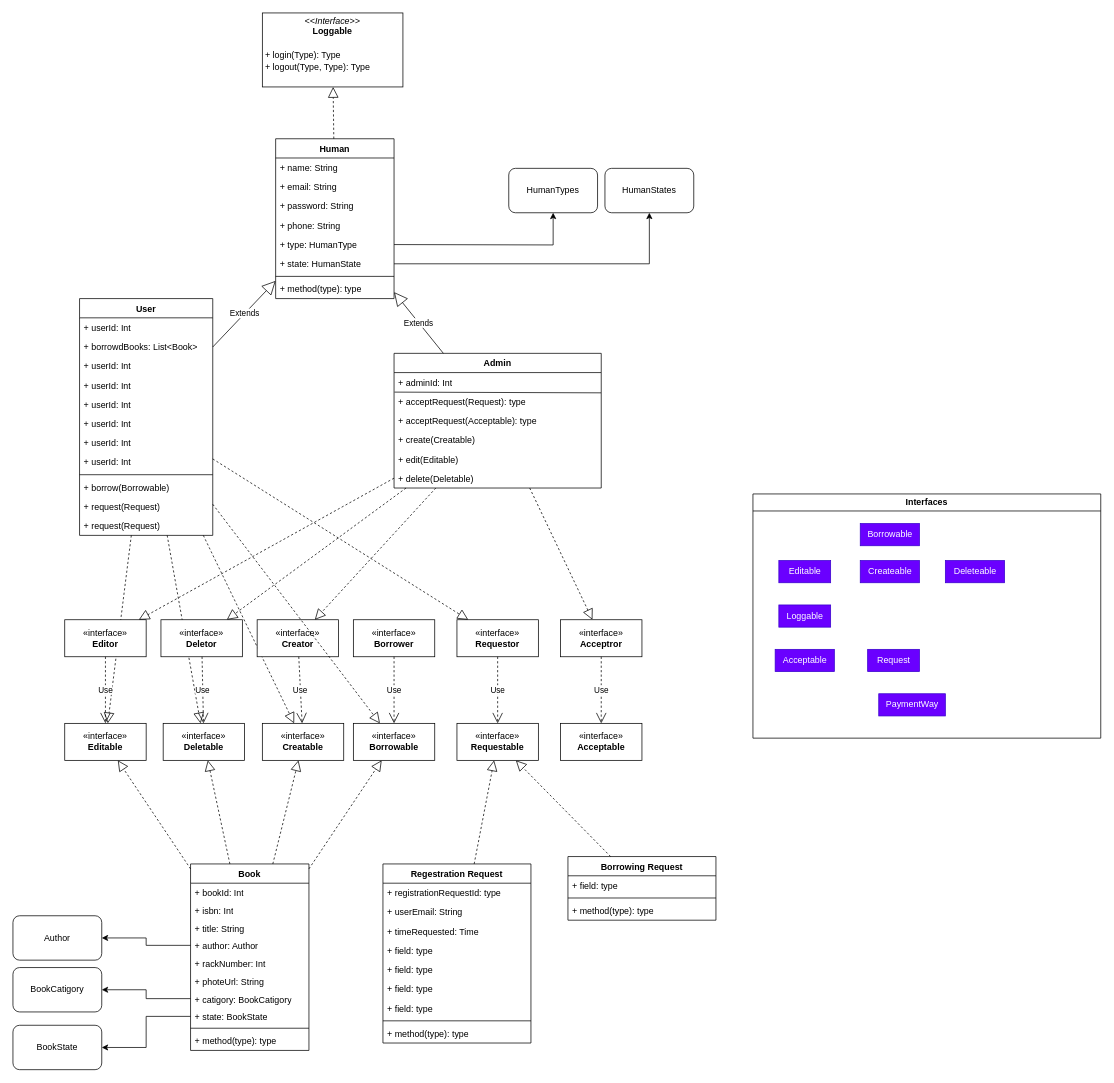
Boodyahmedhamdy/LSP keeps this draw.io diagram as design/class/classDiagram.drawio. Above is the earlier version. Source tidied: cells renumbered, new cells numbered last; positions are measured from the earlier drawing's top-left corner, leaving out a move shared by most shapes. Both pictures are drawn from the tidied source at 74%, with x=0, y=0 at pixel (13, 13).
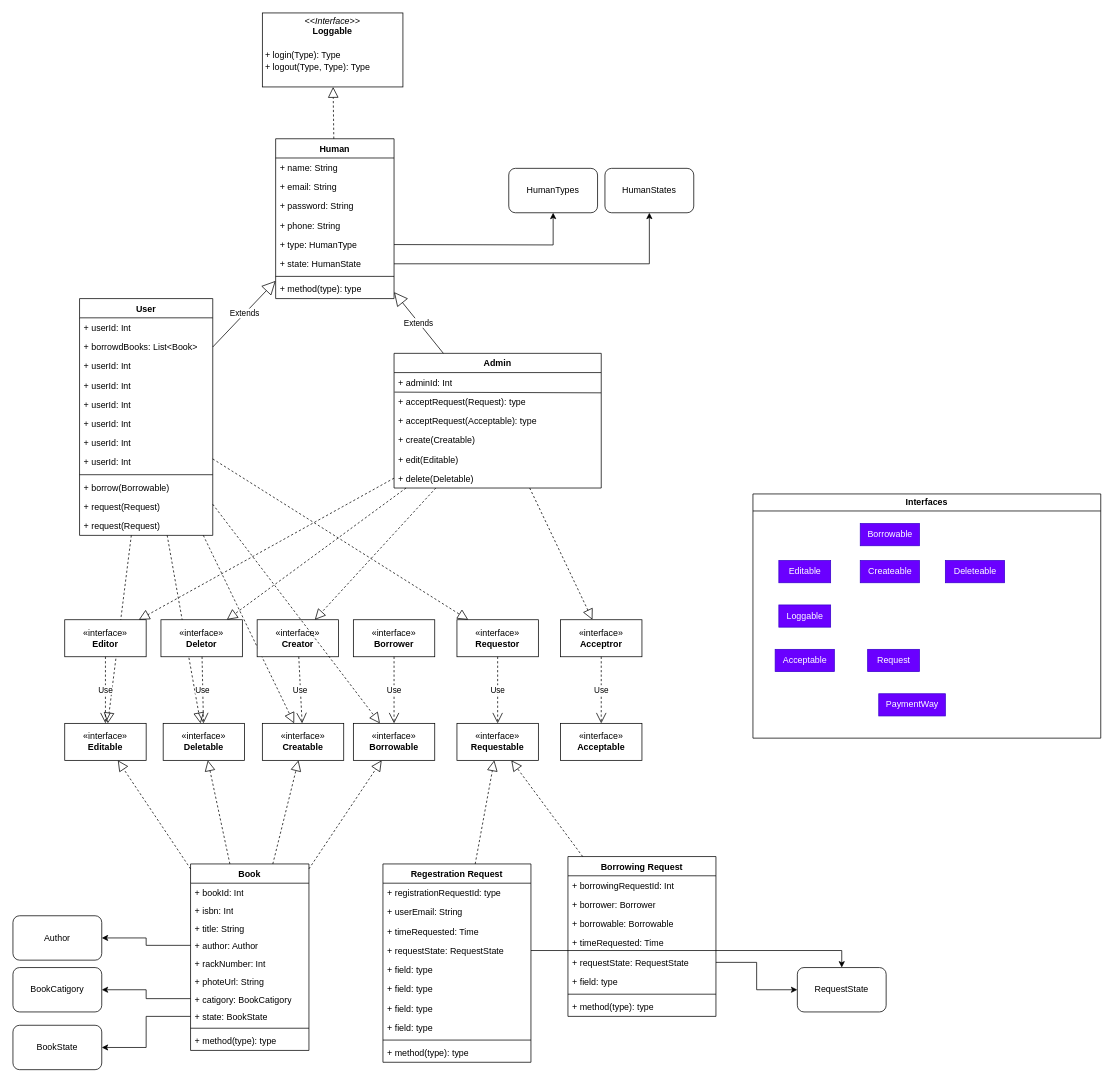
After the change.

The edit, as a diff of the source:
```diff
@@
     <mxCell id="45" value="Regestration Request" style="swimlane;fontStyle=1;align=center;verticalAlign=top;horizontal=1;startSize=26;whiteSpace=wrap;html=1;" parent="1" vertex="1">
-      <mxGeometry x="500" y="1150" width="200" height="242" as="geometry" />
+      <mxGeometry x="500" y="1150" width="200" height="268" as="geometry" />
     </mxCell>
@@
+    <mxCell id="113" value="+ requestState: RequestState" style="text;strokeColor=none;fillColor=none;align=left;verticalAlign=top;spacingLeft=4;spacingRight=4;overflow=hidden;points=[[0,0.5],[1,0.5]];portConstraint=eastwest;whiteSpace=wrap;html=1;" parent="45" vertex="1">
+      <mxGeometry y="104" width="200" height="26" as="geometry" />
+    </mxCell>
     <mxCell id="49" value="+ field: type" style="text;strokeColor=none;fillColor=none;align=left;verticalAlign=top;spacingLeft=4;spacingRight=4;overflow=hidden;whiteSpace=wrap;html=1;" parent="45" vertex="1">
-      <mxGeometry y="104" width="200" height="26" as="geometry" />
+      <mxGeometry y="130" width="200" height="26" as="geometry" />
     </mxCell>
     <mxCell id="50" value="+ field: type" style="text;strokeColor=none;fillColor=none;align=left;verticalAlign=top;spacingLeft=4;spacingRight=4;overflow=hidden;whiteSpace=wrap;html=1;" parent="45" vertex="1">
-      <mxGeometry y="130" width="200" height="26" as="geometry" />
+      <mxGeometry y="156" width="200" height="26" as="geometry" />
     </mxCell>
     <mxCell id="51" value="+ field: type" style="text;strokeColor=none;fillColor=none;align=left;verticalAlign=top;spacingLeft=4;spacingRight=4;overflow=hidden;whiteSpace=wrap;html=1;" parent="45" vertex="1">
-      <mxGeometry y="156" width="200" height="26" as="geometry" />
+      <mxGeometry y="182" width="200" height="26" as="geometry" />
     </mxCell>
     <mxCell id="52" value="+ field: type" style="text;strokeColor=none;fillColor=none;align=left;verticalAlign=top;spacingLeft=4;spacingRight=4;overflow=hidden;whiteSpace=wrap;html=1;" parent="45" vertex="1">
-      <mxGeometry y="182" width="200" height="26" as="geometry" />
+      <mxGeometry y="208" width="200" height="26" as="geometry" />
     </mxCell>
     <mxCell id="53" style="line;strokeWidth=1;fillColor=none;align=left;verticalAlign=middle;spacingTop=-1;spacingLeft=3;spacingRight=3;labelPosition=right;strokeColor=inherit;" parent="45" vertex="1">
-      <mxGeometry y="208" width="200" height="8" as="geometry" />
+      <mxGeometry y="234" width="200" height="8" as="geometry" />
     </mxCell>
     <mxCell id="54" value="+ method(type): type" style="text;strokeColor=none;fillColor=none;align=left;verticalAlign=top;spacingLeft=4;spacingRight=4;overflow=hidden;whiteSpace=wrap;html=1;" parent="45" vertex="1">
-      <mxGeometry y="216" width="200" height="26" as="geometry" />
+      <mxGeometry y="242" width="200" height="26" as="geometry" />
     </mxCell>
     <mxCell id="55" value="Borrowing Request" style="swimlane;fontStyle=1;align=center;verticalAlign=top;horizontal=1;startSize=26;whiteSpace=wrap;html=1;" parent="1" vertex="1">
-      <mxGeometry x="750" y="1140" width="200" height="86" as="geometry" />
+      <mxGeometry x="750" y="1140" width="200" height="216" as="geometry" />
     </mxCell>
-    <mxCell id="56" value="+ field: type" style="text;strokeColor=none;fillColor=none;align=left;verticalAlign=top;spacingLeft=4;spacingRight=4;overflow=hidden;whiteSpace=wrap;html=1;" parent="55" vertex="1">
+    <mxCell id="56" value="+ borrowingRequestId: Int" style="text;strokeColor=none;fillColor=none;align=left;verticalAlign=top;spacingLeft=4;spacingRight=4;overflow=hidden;whiteSpace=wrap;html=1;" parent="55" vertex="1">
       <mxGeometry y="26" width="200" height="26" as="geometry" />
     </mxCell>
+    <mxCell id="114" value="+ borrower: Borrower" style="text;strokeColor=none;fillColor=none;align=left;verticalAlign=top;spacingLeft=4;spacingRight=4;overflow=hidden;whiteSpace=wrap;html=1;" parent="55" vertex="1">
+      <mxGeometry y="52" width="200" height="26" as="geometry" />
+    </mxCell>
+    <mxCell id="115" value="+ borrowable: Borrowable" style="text;strokeColor=none;fillColor=none;align=left;verticalAlign=top;spacingLeft=4;spacingRight=4;overflow=hidden;whiteSpace=wrap;html=1;" parent="55" vertex="1">
+      <mxGeometry y="78" width="200" height="26" as="geometry" />
+    </mxCell>
+    <mxCell id="116" value="+ timeRequested: Time" style="text;strokeColor=none;fillColor=none;align=left;verticalAlign=top;spacingLeft=4;spacingRight=4;overflow=hidden;whiteSpace=wrap;html=1;" parent="55" vertex="1">
+      <mxGeometry y="104" width="200" height="26" as="geometry" />
+    </mxCell>
+    <mxCell id="117" value="+ requestState: RequestState" style="text;strokeColor=none;fillColor=none;align=left;verticalAlign=top;spacingLeft=4;spacingRight=4;overflow=hidden;points=[[0,0.5],[1,0.5]];portConstraint=eastwest;whiteSpace=wrap;html=1;" parent="55" vertex="1">
+      <mxGeometry y="130" width="200" height="26" as="geometry" />
+    </mxCell>
+    <mxCell id="118" value="+ field: type" style="text;strokeColor=none;fillColor=none;align=left;verticalAlign=top;spacingLeft=4;spacingRight=4;overflow=hidden;whiteSpace=wrap;html=1;" parent="55" vertex="1">
+      <mxGeometry y="156" width="200" height="26" as="geometry" />
+    </mxCell>
     <mxCell id="57" style="line;strokeWidth=1;fillColor=none;align=left;verticalAlign=middle;spacingTop=-1;spacingLeft=3;spacingRight=3;labelPosition=right;strokeColor=inherit;" parent="55" vertex="1">
-      <mxGeometry y="52" width="200" height="8" as="geometry" />
+      <mxGeometry y="182" width="200" height="8" as="geometry" />
     </mxCell>
     <mxCell id="58" value="+ method(type): type" style="text;strokeColor=none;fillColor=none;align=left;verticalAlign=top;spacingLeft=4;spacingRight=4;overflow=hidden;whiteSpace=wrap;html=1;" parent="55" vertex="1">
-      <mxGeometry y="60" width="200" height="26" as="geometry" />
+      <mxGeometry y="190" width="200" height="26" as="geometry" />
     </mxCell>
@@
+    <mxCell id="119" value="RequestState" style="rounded=1;whiteSpace=wrap;html=1;" parent="1" vertex="1">
+      <mxGeometry x="1060" y="1290" width="120" height="60" as="geometry" />
+    </mxCell>
+    <mxCell id="120" style="edgeStyle=orthogonalEdgeStyle;rounded=0;jettySize=auto;html=1;" parent="1" edge="1" source="113" target="119">
+      <mxGeometry relative="1" as="geometry" />
+    </mxCell>
+    <mxCell id="121" style="edgeStyle=orthogonalEdgeStyle;rounded=0;jettySize=auto;html=1;" parent="1" edge="1" source="117" target="119">
+      <mxGeometry relative="1" as="geometry" />
+    </mxCell>
```
